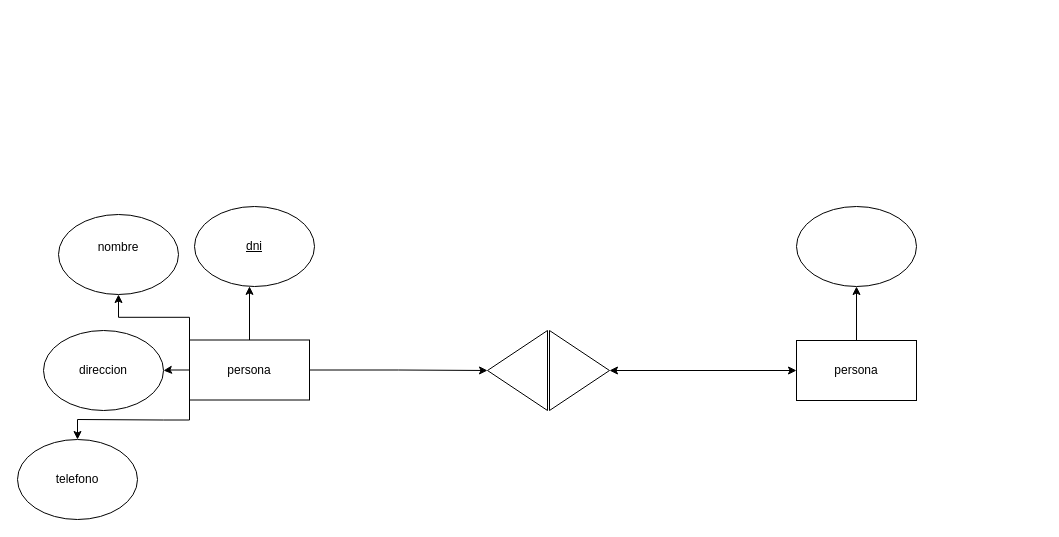
The draw.io diagram Diagrama sin título.drawio in aaron7780/Portafolio, before the edit. Source tidied: cells renumbered, new cells numbered last; positions are measured from the earlier drawing's top-left corner, leaving out a move shared by most shapes. Both pictures are drawn from the tidied source at 100%, with x=0, y=0 at pixel (17, 206).
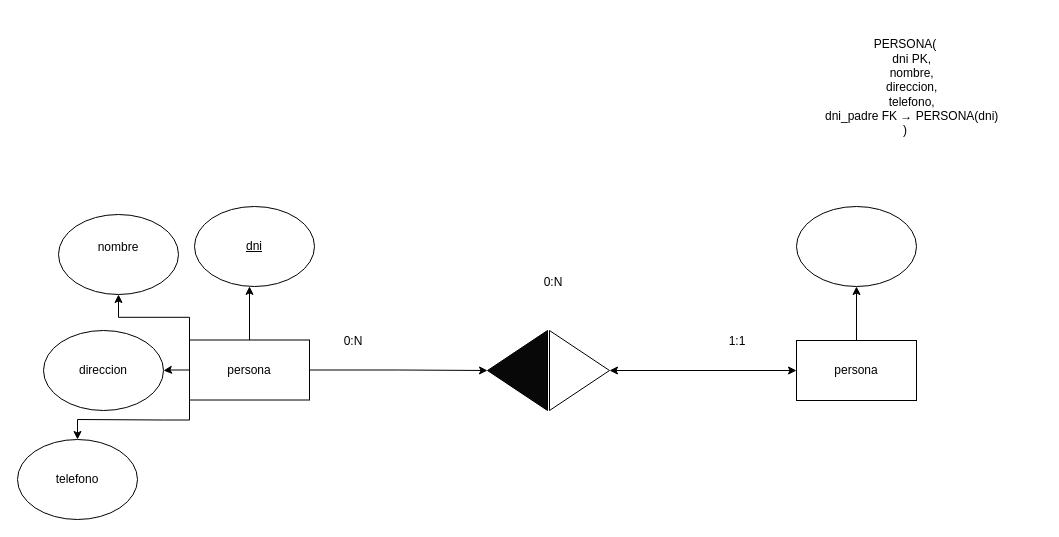
After the change.

Unchanged cells that the change refers to:
```xml
<mxCell id="2" style="group;" parent="1" vertex="1">
  <mxGeometry x="172" width="727" height="204" as="geometry" />
</mxCell>
```

What changed in the source:
```diff
@@
-    <mxCell id="12" style="triangle;whiteSpace=wrap;html=1;shapeInside=1;rotation=-180;" parent="2" vertex="1">
+    <mxCell id="12" style="triangle;whiteSpace=wrap;html=1;shapeInside=1;rotation=-180;fillColor=light-dark(#080808, #ededed);" parent="2" vertex="1">
       <mxGeometry x="298" y="124" width="60" height="80" as="geometry" />
     </mxCell>
@@
+    <mxCell id="20" value="0:N" style="text;html=1;whiteSpace=wrap;strokeColor=none;fillColor=none;align=center;verticalAlign=middle;rounded=0;" parent="2" vertex="1">
+      <mxGeometry x="134" y="120" width="60" height="30" as="geometry" />
+    </mxCell>
+    <mxCell id="21" value="1:1" style="text;html=1;whiteSpace=wrap;strokeColor=none;fillColor=none;align=center;verticalAlign=middle;rounded=0;" parent="2" vertex="1">
+      <mxGeometry x="518" y="120" width="60" height="30" as="geometry" />
+    </mxCell>
+    <mxCell id="22" value="0:N" style="text;html=1;whiteSpace=wrap;strokeColor=none;fillColor=none;align=center;verticalAlign=middle;rounded=0;" parent="2" vertex="1">
+      <mxGeometry x="333.5" y="61" width="60" height="30" as="geometry" />
+    </mxCell>
@@
+    <mxCell id="23" value="&lt;div&gt;PERSONA(&lt;/div&gt;&lt;div&gt;&amp;nbsp; &amp;nbsp; dni PK,&lt;/div&gt;&lt;div&gt;&amp;nbsp; &amp;nbsp; nombre,&lt;/div&gt;&lt;div&gt;&amp;nbsp; &amp;nbsp; direccion,&lt;/div&gt;&lt;div&gt;&amp;nbsp; &amp;nbsp; telefono,&lt;/div&gt;&lt;div&gt;&amp;nbsp; &amp;nbsp; dni_padre FK → PERSONA(dni)&lt;/div&gt;&lt;div&gt;)&lt;/div&gt;" style="text;html=1;whiteSpace=wrap;strokeColor=none;fillColor=none;align=center;verticalAlign=middle;rounded=0;" parent="1" vertex="1">
+      <mxGeometry x="752" y="-189" width="272" height="139" as="geometry" />
+    </mxCell>
```
